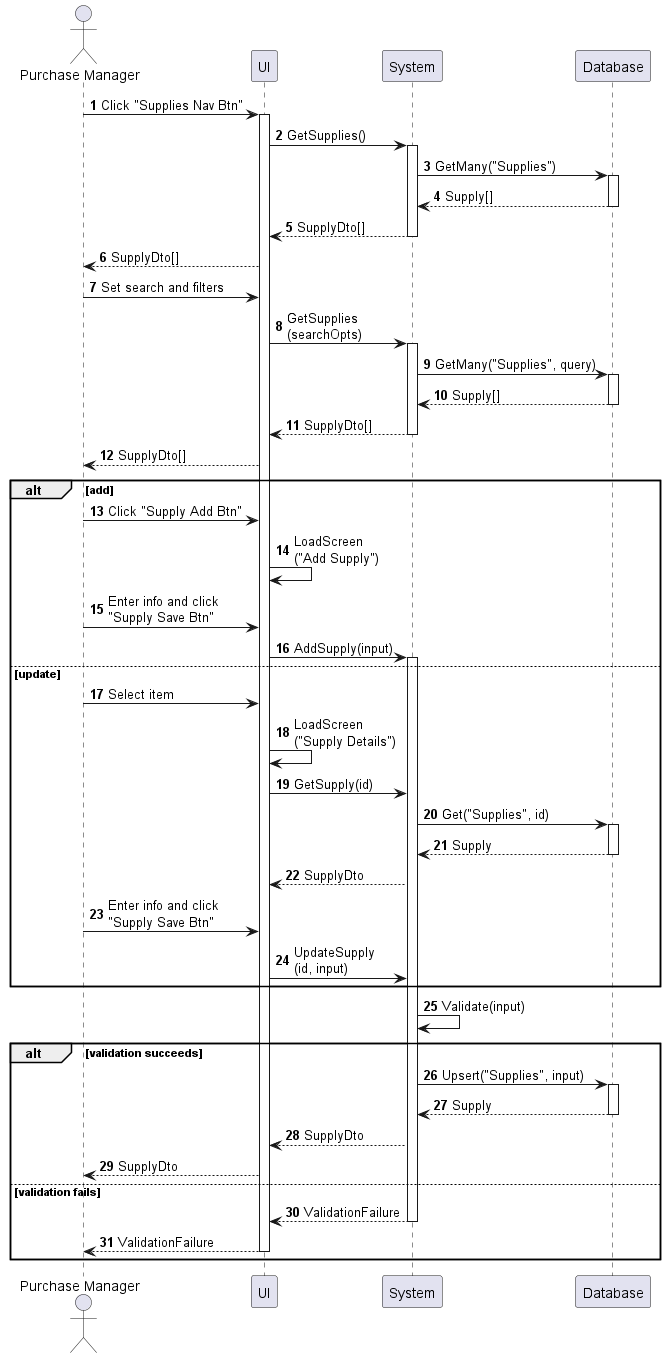
This is sequences/supply-enter.png from phihungha/scmss-reqs, a PlantUML export, as it was before one commit. The source it was exported from:
```plantuml
@startuml supply-enter
autonumber

actor "Purchase Manager" as a
participant UI as f
participant System as b
participant Database as d

a -> f : Click "Supplies Nav Btn"
activate f
f -> b : GetSupplies()
activate b
b -> d : GetMany("Supplies")
activate d
return Supply[]
return SupplyDto[]
f --> a : SupplyDto[]
a -> f : Set search and filters
f -> b : GetSupplies\n(searchOpts)
activate b
b -> d : GetMany("Supplies", query)
activate d
return Supply[]
return SupplyDto[]
f --> a : SupplyDto[]

alt add
    a -> f : Click "Supply Add Btn"
    f -> f : LoadScreen\n("Add Supply")
    a -> f : Enter info and click\n"Supply Save Btn"
    f -> b : AddSupply(input)
    activate b
else update
    a -> f : Select item
    f -> f : LoadScreen\n("Supply Details")
    f -> b : GetSupply(id)
    b -> d : Get("Supplies", id)
    activate d
    return Supply
    b --> f : SupplyDto
    a -> f : Enter info and click\n"Supply Save Btn"
    f -> b : UpdateSupply\n(id, input)
end

b -> b : Validate(input)

alt validation succeeds
    b -> d : Upsert("Supplies", input)
    activate d
    return Supply
    b --> f : SupplyDto
    f --> a : SupplyDto
else validation fails
    return ValidationFailure
    return ValidationFailure
end
@enduml
```
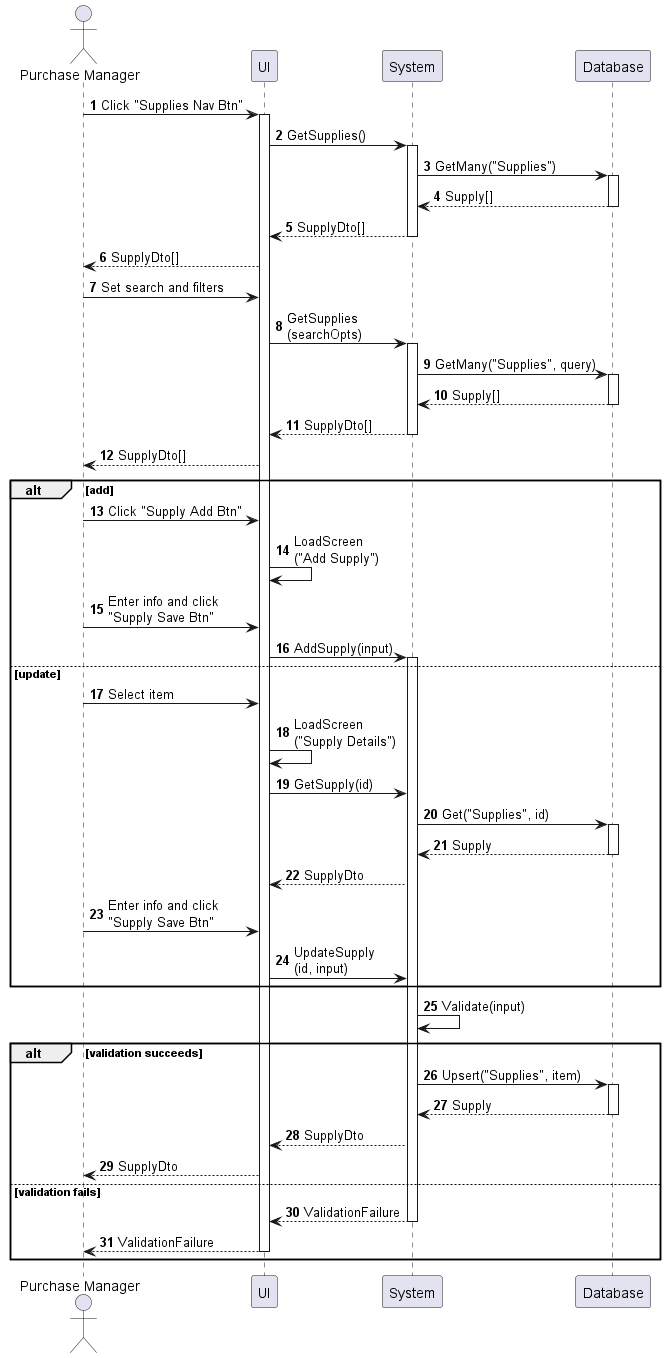
Later version of the same file.

Change to the diagram source:
```diff
@@ -45,7 +45,7 @@
 b -> b : Validate(input)
 
 alt validation succeeds
-    b -> d : Upsert("Supplies", input)
+    b -> d : Upsert("Supplies", item)
     activate d
     return Supply
     b --> f : SupplyDto
```
